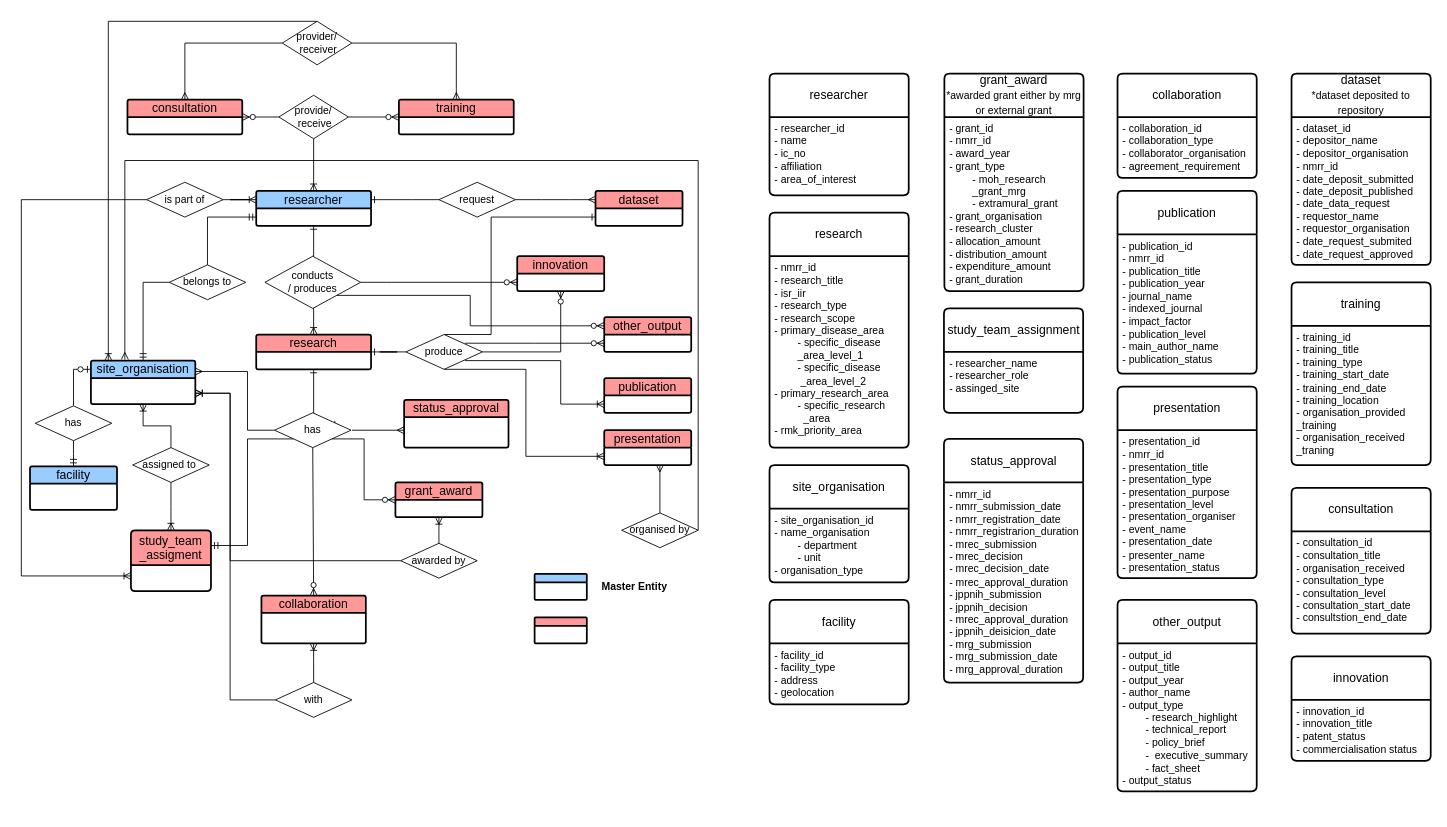
Earlier version of the draw.io diagram prism_conceptual_diagram _details.drawio (rafsyahmi/prism_data_concepts). Source tidied: cells renumbered, new cells numbered last; positions are measured from the earlier drawing's top-left corner, leaving out a move shared by most shapes. Both pictures are drawn from the tidied source at 87%, with x=0, y=0 at pixel (21, 21).
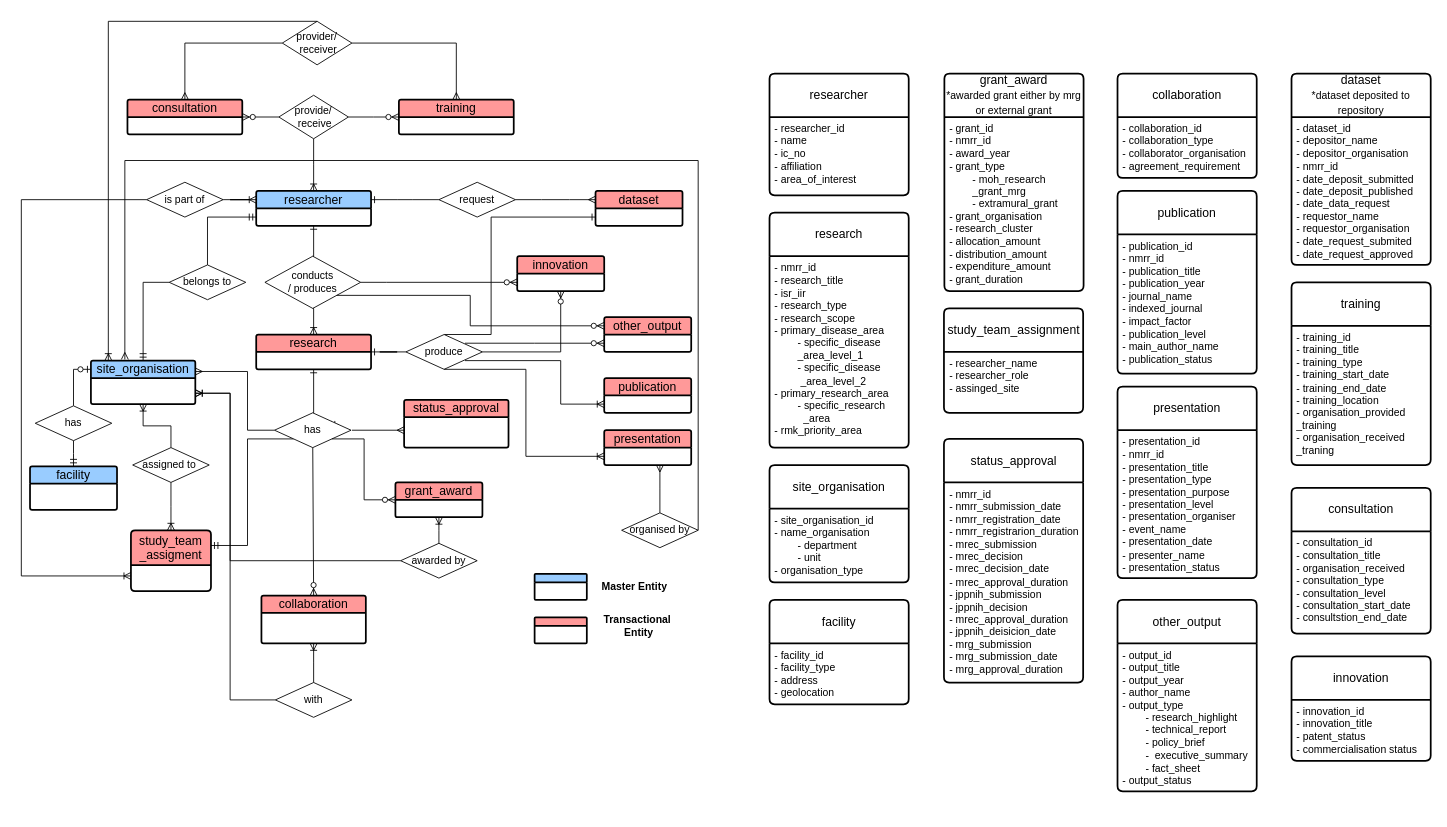
After the change.

Commit message:
description transactional entity

Diff of the diagram source:
```diff
@@
+    <mxCell id="102" value="&lt;b&gt;Transactional&amp;nbsp;&lt;/b&gt;&lt;div&gt;&lt;b&gt;Entity&lt;/b&gt;&lt;/div&gt;" style="text;html=1;whiteSpace=wrap;strokeColor=none;fillColor=none;align=center;verticalAlign=middle;rounded=0;" parent="1" vertex="1">
+      <mxGeometry x="665" y="680" width="90" height="30" as="geometry" />
+    </mxCell>
```
